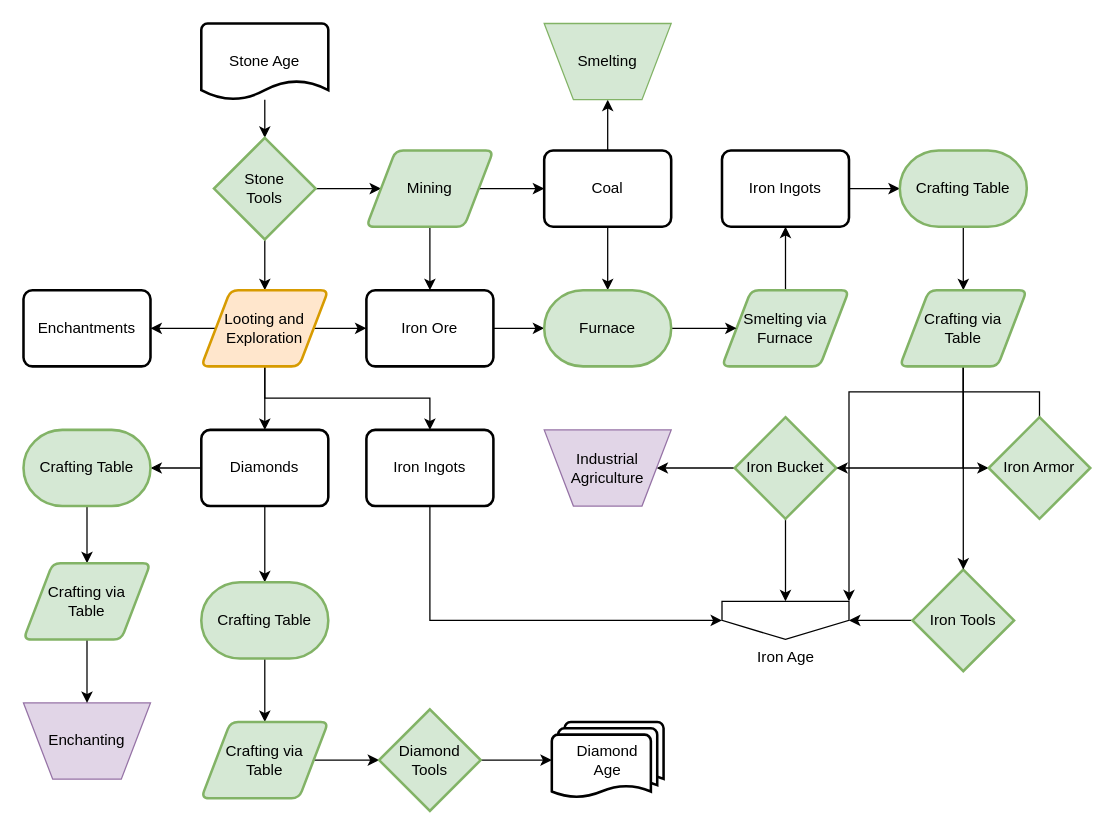
Before: page "Stone Age" (5 of 8) of flowcharts/progression.drawio in MeepishRealms/Cog, a draw.io diagram. Source tidied: cells renumbered, new cells numbered last; positions are measured from the earlier drawing's top-left corner, leaving out a move shared by most shapes. Both pictures are drawn from the tidied source at 127%, with x=0, y=0 at pixel (23, 23).
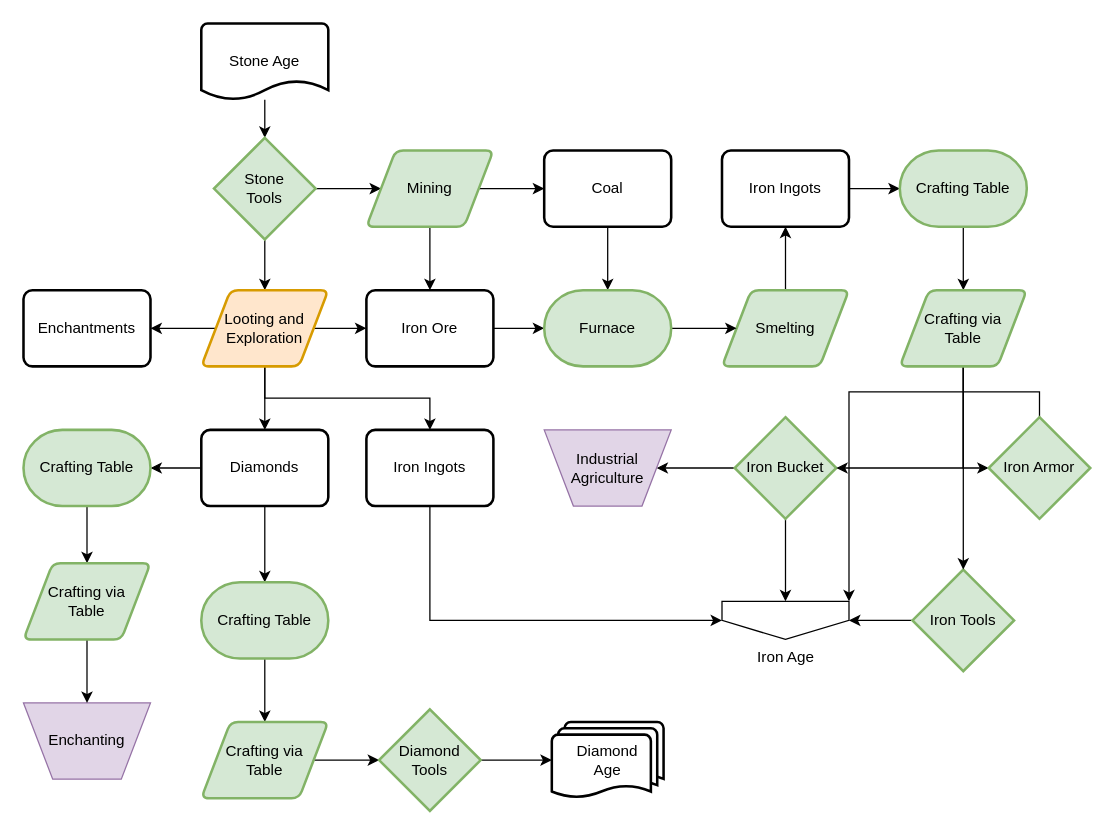
After the change.

Unchanged cells that the change refers to:
```xml
<mxCell id="12" value="Coal" style="rounded=1;whiteSpace=wrap;html=1;absoluteArcSize=1;arcSize=14;strokeWidth=2;" parent="1" vertex="1">
  <mxGeometry x="410" y="100" width="100" height="60" as="geometry" />
</mxCell>
```

Diff of the diagram source:
```diff
@@
-    <mxCell id="10" style="edgeStyle=orthogonalEdgeStyle;rounded=0;jettySize=auto;html=1;" parent="1" edge="1" source="12" target="13">
-      <mxGeometry relative="1" as="geometry" />
-    </mxCell>
@@
-    <mxCell id="13" value="Smelting" style="verticalLabelPosition=middle;verticalAlign=middle;html=1;shape=trapezoid;perimeter=trapezoidPerimeter;whiteSpace=wrap;size=0.23;arcSize=10;flipV=1;labelPosition=center;align=center;fillColor=#d5e8d4;strokeColor=#82b366;" parent="1" vertex="1">
-      <mxGeometry x="410" width="100" height="60" as="geometry" />
-    </mxCell>
@@
-    <mxCell id="17" value="Smelting via&lt;br&gt;Furnace" style="shape=parallelogram;html=1;strokeWidth=2;perimeter=parallelogramPerimeter;whiteSpace=wrap;rounded=1;arcSize=12;size=0.23;fillColor=#d5e8d4;strokeColor=#82b366;" parent="1" vertex="1">
+    <mxCell id="17" value="Smelting" style="shape=parallelogram;html=1;strokeWidth=2;perimeter=parallelogramPerimeter;whiteSpace=wrap;rounded=1;arcSize=12;size=0.23;fillColor=#d5e8d4;strokeColor=#82b366;" parent="1" vertex="1">
       <mxGeometry x="550" y="210" width="100" height="60" as="geometry" />
     </mxCell>
```
